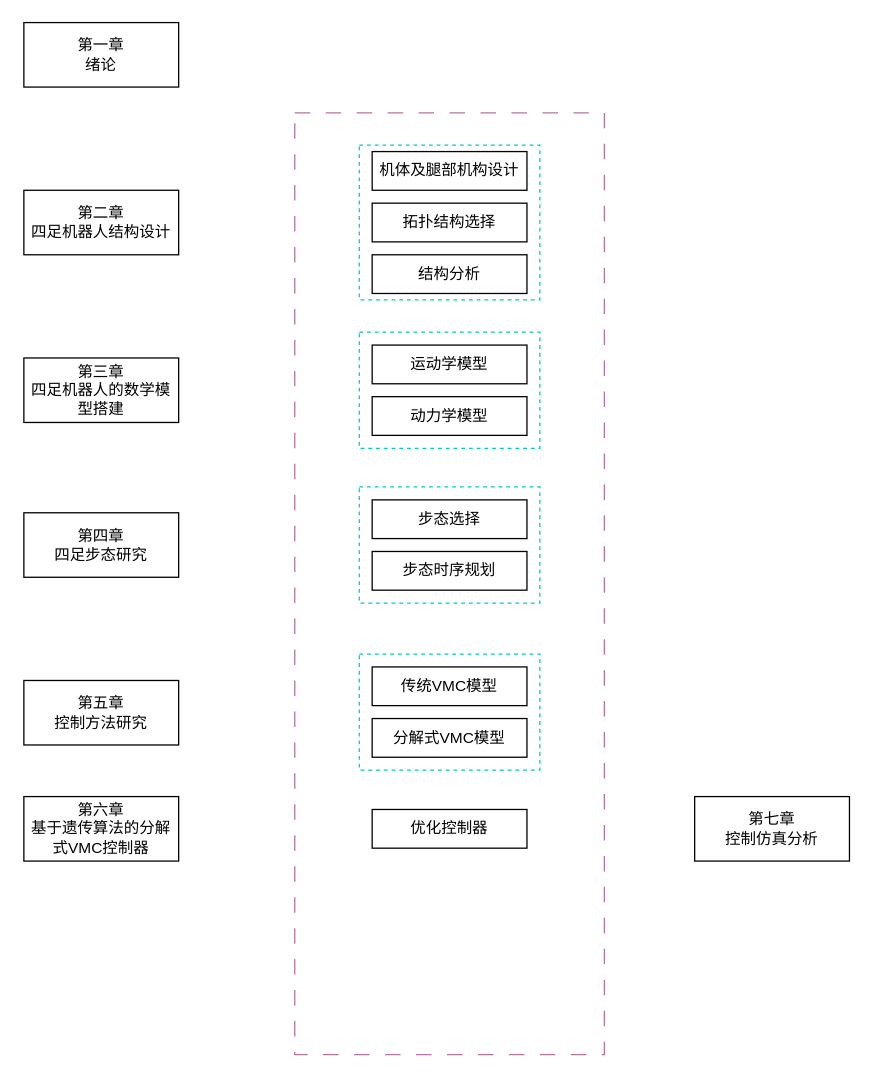
chiguaren3/Development-Board-C-Examples keeps this draw.io diagram as 工作流程.drawio. Above is the earlier version. Source tidied: cells renumbered, new cells numbered last; positions are measured from the earlier drawing's top-left corner, leaving out a move shared by most shapes. Both pictures are drawn from the tidied source at 129%, with x=0, y=0 at pixel (23, 22).
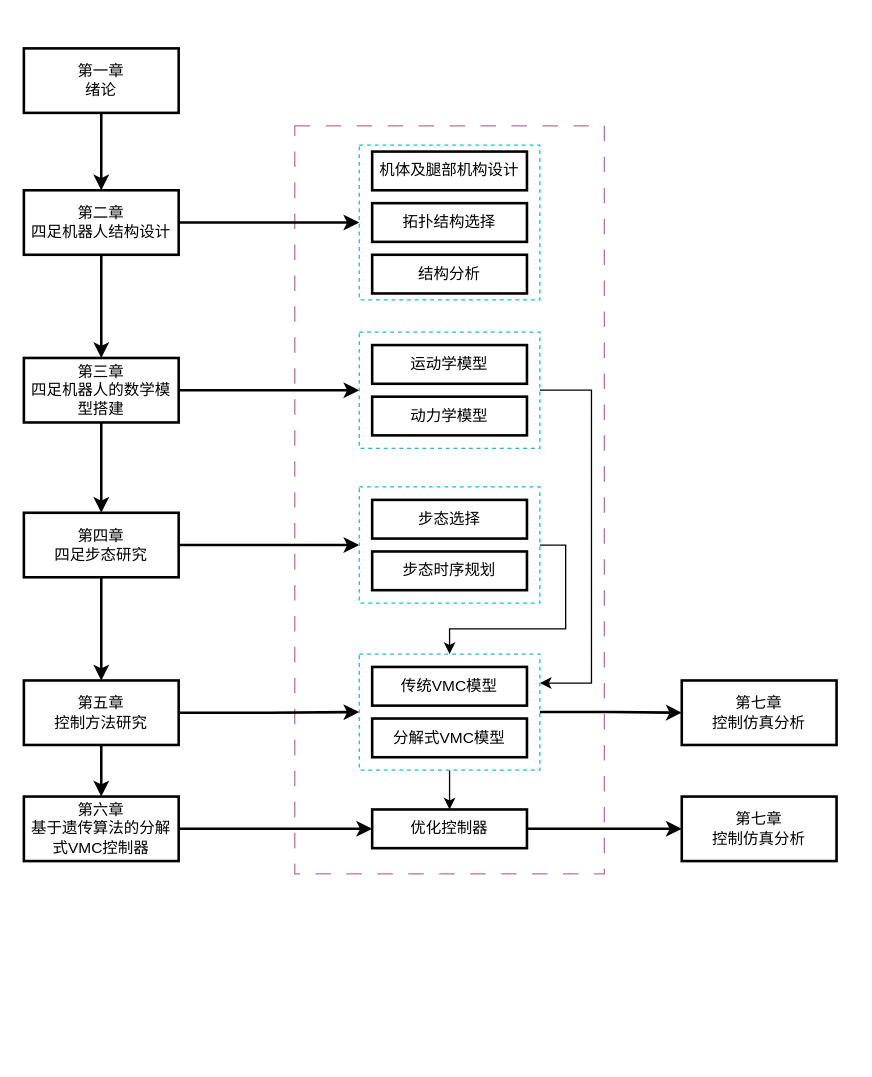
The same diagram, later.

Commit message (it also covers changes not shown here):
更新工作流程.drawio

Unchanged cells that the change refers to:
```xml
<mxCell id="10" style="rounded=0;whiteSpace=wrap;html=1;strokeColor=#00CCCC;dashed=1;" parent="1" vertex="1">
  <mxGeometry x="260" y="95" width="140" height="120" as="geometry" />
</mxCell>
<mxCell id="15" style="rounded=0;whiteSpace=wrap;html=1;strokeColor=#00CCCC;dashed=1;" parent="1" vertex="1">
  <mxGeometry x="260" y="360" width="140" height="90" as="geometry" />
</mxCell>
<mxCell id="16" style="rounded=0;whiteSpace=wrap;html=1;strokeColor=#00CCCC;dashed=1;" parent="1" vertex="1">
  <mxGeometry x="260" y="240" width="140" height="90" as="geometry" />
</mxCell>
<mxCell id="21" style="rounded=0;whiteSpace=wrap;html=1;strokeColor=#00CCCC;dashed=1;" parent="1" vertex="1">
  <mxGeometry x="260" y="489.5" width="140" height="90" as="geometry" />
</mxCell>
```

What changed in the source:
```diff
@@
     <mxCell id="2" style="rounded=0;whiteSpace=wrap;html=1;strokeColor=#B5739D;dashed=1;dashPattern=12 12;" parent="1" vertex="1">
-      <mxGeometry x="210" y="70" width="240" height="730" as="geometry" />
+      <mxGeometry x="210" y="80" width="240" height="580" as="geometry" />
     </mxCell>
+    <mxCell id="24" style="edgeStyle=orthogonalEdgeStyle;rounded=0;jettySize=auto;html=1;exitX=1;exitY=0.5;exitDx=0;exitDy=0;strokeWidth=2;" parent="1" edge="1" source="3" target="16">
+      <mxGeometry relative="1" as="geometry" />
+    </mxCell>
+    <mxCell id="25" style="edgeStyle=orthogonalEdgeStyle;rounded=0;jettySize=auto;html=1;exitX=0.5;exitY=1;exitDx=0;exitDy=0;strokeWidth=2;" parent="1" edge="1" source="3" target="6">
+      <mxGeometry relative="1" as="geometry" />
+    </mxCell>
-    <mxCell id="3" value="第三章&lt;div&gt;四足机器人的数学模型搭建&lt;/div&gt;" style="rounded=0;whiteSpace=wrap;html=1;" parent="1" vertex="1">
+    <mxCell id="3" value="第三章&lt;div&gt;四足机器人的数学模型搭建&lt;/div&gt;" style="rounded=0;whiteSpace=wrap;html=1;strokeWidth=2;" parent="1" vertex="1">
       <mxGeometry y="260" width="120" height="50" as="geometry" />
     </mxCell>
+    <mxCell id="26" style="edgeStyle=orthogonalEdgeStyle;rounded=0;jettySize=auto;html=1;exitX=1;exitY=0.5;exitDx=0;exitDy=0;strokeWidth=2;" parent="1" edge="1" source="4" target="10">
+      <mxGeometry relative="1" as="geometry" />
+    </mxCell>
+    <mxCell id="27" style="edgeStyle=orthogonalEdgeStyle;rounded=0;jettySize=auto;html=1;exitX=0.5;exitY=1;exitDx=0;exitDy=0;entryX=0.5;entryY=0;entryDx=0;entryDy=0;strokeWidth=2;" parent="1" edge="1" source="4" target="3">
+      <mxGeometry relative="1" as="geometry" />
+    </mxCell>
-    <mxCell id="4" value="第二章&lt;div&gt;四足机器人结构设计&lt;/div&gt;" style="rounded=0;whiteSpace=wrap;html=1;" parent="1" vertex="1">
+    <mxCell id="4" value="第二章&lt;div&gt;四足机器人结构设计&lt;/div&gt;" style="rounded=0;whiteSpace=wrap;html=1;strokeWidth=2;" parent="1" vertex="1">
       <mxGeometry y="130" width="120" height="50" as="geometry" />
     </mxCell>
+    <mxCell id="28" style="edgeStyle=orthogonalEdgeStyle;rounded=0;jettySize=auto;html=1;exitX=0.5;exitY=1;exitDx=0;exitDy=0;entryX=0.5;entryY=0;entryDx=0;entryDy=0;strokeWidth=2;" parent="1" edge="1" source="5" target="4">
+      <mxGeometry relative="1" as="geometry" />
+    </mxCell>
-    <mxCell id="5" value="第一章&lt;div&gt;绪论&lt;/div&gt;" style="rounded=0;whiteSpace=wrap;html=1;" parent="1" vertex="1">
-      <mxGeometry width="120" height="50" as="geometry" />
+    <mxCell id="5" value="第一章&lt;div&gt;绪论&lt;/div&gt;" style="rounded=0;whiteSpace=wrap;html=1;strokeWidth=2;" parent="1" vertex="1">
+      <mxGeometry y="20" width="120" height="50" as="geometry" />
     </mxCell>
+    <mxCell id="29" style="edgeStyle=orthogonalEdgeStyle;rounded=0;jettySize=auto;html=1;exitX=0.5;exitY=1;exitDx=0;exitDy=0;entryX=0.5;entryY=0;entryDx=0;entryDy=0;strokeWidth=2;" parent="1" edge="1" source="6" target="7">
+      <mxGeometry relative="1" as="geometry" />
+    </mxCell>
+    <mxCell id="30" style="edgeStyle=orthogonalEdgeStyle;rounded=0;jettySize=auto;html=1;exitX=1;exitY=0.5;exitDx=0;exitDy=0;strokeWidth=2;" parent="1" edge="1" source="6" target="15">
+      <mxGeometry relative="1" as="geometry" />
+    </mxCell>
-    <mxCell id="6" value="第四章&lt;div&gt;四足步态研究&lt;/div&gt;" style="rounded=0;whiteSpace=wrap;html=1;" parent="1" vertex="1">
+    <mxCell id="6" value="第四章&lt;div&gt;四足步态研究&lt;/div&gt;" style="rounded=0;whiteSpace=wrap;html=1;strokeWidth=2;" parent="1" vertex="1">
       <mxGeometry y="380" width="120" height="50" as="geometry" />
     </mxCell>
+    <mxCell id="31" style="edgeStyle=orthogonalEdgeStyle;rounded=0;jettySize=auto;html=1;exitX=0.5;exitY=1;exitDx=0;exitDy=0;entryX=0.5;entryY=0;entryDx=0;entryDy=0;strokeWidth=2;" parent="1" edge="1" source="7" target="8">
+      <mxGeometry relative="1" as="geometry" />
+    </mxCell>
+    <mxCell id="32" style="edgeStyle=orthogonalEdgeStyle;rounded=0;jettySize=auto;html=1;exitX=1;exitY=0.5;exitDx=0;exitDy=0;entryX=0;entryY=0.5;entryDx=0;entryDy=0;strokeWidth=2;" parent="1" edge="1" source="7" target="21">
+      <mxGeometry relative="1" as="geometry" />
+    </mxCell>
-    <mxCell id="7" value="第五章&lt;div&gt;控制方法研究&lt;/div&gt;" style="rounded=0;whiteSpace=wrap;html=1;" parent="1" vertex="1">
+    <mxCell id="7" value="第五章&lt;div&gt;控制方法研究&lt;/div&gt;" style="rounded=0;whiteSpace=wrap;html=1;strokeWidth=2;" parent="1" vertex="1">
       <mxGeometry y="510" width="120" height="50" as="geometry" />
     </mxCell>
+    <mxCell id="33" style="edgeStyle=orthogonalEdgeStyle;rounded=0;jettySize=auto;html=1;exitX=1;exitY=0.5;exitDx=0;exitDy=0;strokeWidth=2;" parent="1" edge="1" source="8" target="11">
+      <mxGeometry relative="1" as="geometry" />
+    </mxCell>
-    <mxCell id="8" value="第六章&lt;div&gt;基于遗传算法的分解式VMC控制器&lt;/div&gt;" style="rounded=0;whiteSpace=wrap;html=1;" parent="1" vertex="1">
+    <mxCell id="8" value="第六章&lt;div&gt;基于遗传算法的分解式VMC控制器&lt;/div&gt;" style="rounded=0;whiteSpace=wrap;html=1;strokeWidth=2;" parent="1" vertex="1">
       <mxGeometry y="600" width="120" height="50" as="geometry" />
     </mxCell>
-    <mxCell id="9" value="&lt;div&gt;第七章&lt;/div&gt;控制仿真分析" style="rounded=0;whiteSpace=wrap;html=1;" parent="1" vertex="1">
-      <mxGeometry x="520" y="600" width="120" height="50" as="geometry" />
+    <mxCell id="9" value="&lt;div&gt;第七章&lt;/div&gt;控制仿真分析" style="rounded=0;whiteSpace=wrap;html=1;strokeWidth=2;" parent="1" vertex="1">
+      <mxGeometry x="510" y="600" width="120" height="50" as="geometry" />
     </mxCell>
@@
+    <mxCell id="34" style="edgeStyle=orthogonalEdgeStyle;rounded=0;jettySize=auto;html=1;exitX=1;exitY=0.5;exitDx=0;exitDy=0;entryX=0;entryY=0.5;entryDx=0;entryDy=0;strokeWidth=2;" parent="1" edge="1" source="11" target="9">
+      <mxGeometry relative="1" as="geometry" />
+    </mxCell>
-    <mxCell id="11" value="优化控制器" style="rounded=0;whiteSpace=wrap;html=1;" parent="1" vertex="1">
+    <mxCell id="11" value="优化控制器" style="rounded=0;whiteSpace=wrap;html=1;strokeWidth=2;" parent="1" vertex="1">
       <mxGeometry x="270" y="610" width="120" height="30" as="geometry" />
     </mxCell>
-    <mxCell id="12" value="机体及腿部机构设计" style="rounded=0;whiteSpace=wrap;html=1;" parent="1" vertex="1">
+    <mxCell id="12" value="机体及腿部机构设计" style="rounded=0;whiteSpace=wrap;html=1;strokeWidth=2;" parent="1" vertex="1">
       <mxGeometry x="270" y="100" width="120" height="30" as="geometry" />
     </mxCell>
-    <mxCell id="13" value="拓扑结构选择" style="rounded=0;whiteSpace=wrap;html=1;" parent="1" vertex="1">
+    <mxCell id="13" value="拓扑结构选择" style="rounded=0;whiteSpace=wrap;html=1;strokeWidth=2;" parent="1" vertex="1">
       <mxGeometry x="270" y="140" width="120" height="30" as="geometry" />
     </mxCell>
-    <mxCell id="14" value="结构分析" style="rounded=0;whiteSpace=wrap;html=1;" parent="1" vertex="1">
+    <mxCell id="14" value="结构分析" style="rounded=0;whiteSpace=wrap;html=1;strokeWidth=2;" parent="1" vertex="1">
       <mxGeometry x="270" y="180" width="120" height="30" as="geometry" />
     </mxCell>
+    <mxCell id="35" style="edgeStyle=orthogonalEdgeStyle;rounded=0;jettySize=auto;html=1;exitX=1;exitY=0.5;exitDx=0;exitDy=0;entryX=0.5;entryY=0;entryDx=0;entryDy=0;" parent="1" edge="1" source="15" target="21">
+      <mxGeometry relative="1" as="geometry" />
+    </mxCell>
@@
+    <mxCell id="36" style="edgeStyle=orthogonalEdgeStyle;rounded=0;jettySize=auto;html=1;exitX=1;exitY=0.5;exitDx=0;exitDy=0;entryX=1;entryY=0.25;entryDx=0;entryDy=0;" parent="1" edge="1" source="16" target="21">
+      <mxGeometry relative="1" as="geometry">
+        <Array as="points">
+          <mxPoint x="440" y="285" />
+          <mxPoint x="440" y="512" />
+        </Array>
+      </mxGeometry>
+    </mxCell>
@@
-    <mxCell id="17" value="运动学模型" style="rounded=0;whiteSpace=wrap;html=1;" parent="1" vertex="1">
+    <mxCell id="17" value="运动学模型" style="rounded=0;whiteSpace=wrap;html=1;strokeWidth=2;" parent="1" vertex="1">
       <mxGeometry x="270" y="250" width="120" height="30" as="geometry" />
     </mxCell>
-    <mxCell id="18" value="动力学模型" style="rounded=0;whiteSpace=wrap;html=1;" parent="1" vertex="1">
+    <mxCell id="18" value="动力学模型" style="rounded=0;whiteSpace=wrap;html=1;strokeWidth=2;" parent="1" vertex="1">
       <mxGeometry x="270" y="290" width="120" height="30" as="geometry" />
     </mxCell>
-    <mxCell id="19" value="步态选择" style="rounded=0;whiteSpace=wrap;html=1;" parent="1" vertex="1">
+    <mxCell id="19" value="步态选择" style="rounded=0;whiteSpace=wrap;html=1;strokeWidth=2;" parent="1" vertex="1">
       <mxGeometry x="270" y="370" width="120" height="30" as="geometry" />
     </mxCell>
-    <mxCell id="20" value="步态时序规划" style="rounded=0;whiteSpace=wrap;html=1;" parent="1" vertex="1">
+    <mxCell id="20" value="步态时序规划" style="rounded=0;whiteSpace=wrap;html=1;strokeWidth=2;" parent="1" vertex="1">
       <mxGeometry x="270" y="410" width="120" height="30" as="geometry" />
     </mxCell>
+    <mxCell id="37" style="edgeStyle=orthogonalEdgeStyle;rounded=0;jettySize=auto;html=1;exitX=0.5;exitY=1;exitDx=0;exitDy=0;" parent="1" edge="1" source="21" target="11">
+      <mxGeometry relative="1" as="geometry" />
+    </mxCell>
@@
-    <mxCell id="22" value="传统VMC模型" style="rounded=0;whiteSpace=wrap;html=1;" parent="1" vertex="1">
+    <mxCell id="22" value="传统VMC模型" style="rounded=0;whiteSpace=wrap;html=1;strokeWidth=2;" parent="1" vertex="1">
       <mxGeometry x="270" y="499.5" width="120" height="30" as="geometry" />
     </mxCell>
-    <mxCell id="23" value="分解式VMC模型" style="rounded=0;whiteSpace=wrap;html=1;" parent="1" vertex="1">
+    <mxCell id="23" value="分解式VMC模型" style="rounded=0;whiteSpace=wrap;html=1;strokeWidth=2;" parent="1" vertex="1">
       <mxGeometry x="270" y="539.5" width="120" height="30" as="geometry" />
     </mxCell>
+    <mxCell id="38" value="&lt;div&gt;第七章&lt;/div&gt;控制仿真分析&lt;div&gt;&lt;/div&gt;" style="rounded=0;whiteSpace=wrap;html=1;strokeWidth=2;" parent="1" vertex="1">
+      <mxGeometry x="510" y="510" width="120" height="50" as="geometry" />
+    </mxCell>
+    <mxCell id="39" style="edgeStyle=orthogonalEdgeStyle;rounded=0;jettySize=auto;html=1;exitX=1;exitY=0.5;exitDx=0;exitDy=0;entryX=0;entryY=0.5;entryDx=0;entryDy=0;strokeWidth=2;" parent="1" edge="1" source="21" target="38">
+      <mxGeometry relative="1" as="geometry">
+        <Array as="points">
+          <mxPoint x="455" y="535" />
+          <mxPoint x="520" y="535" />
+        </Array>
+      </mxGeometry>
+    </mxCell>
```
